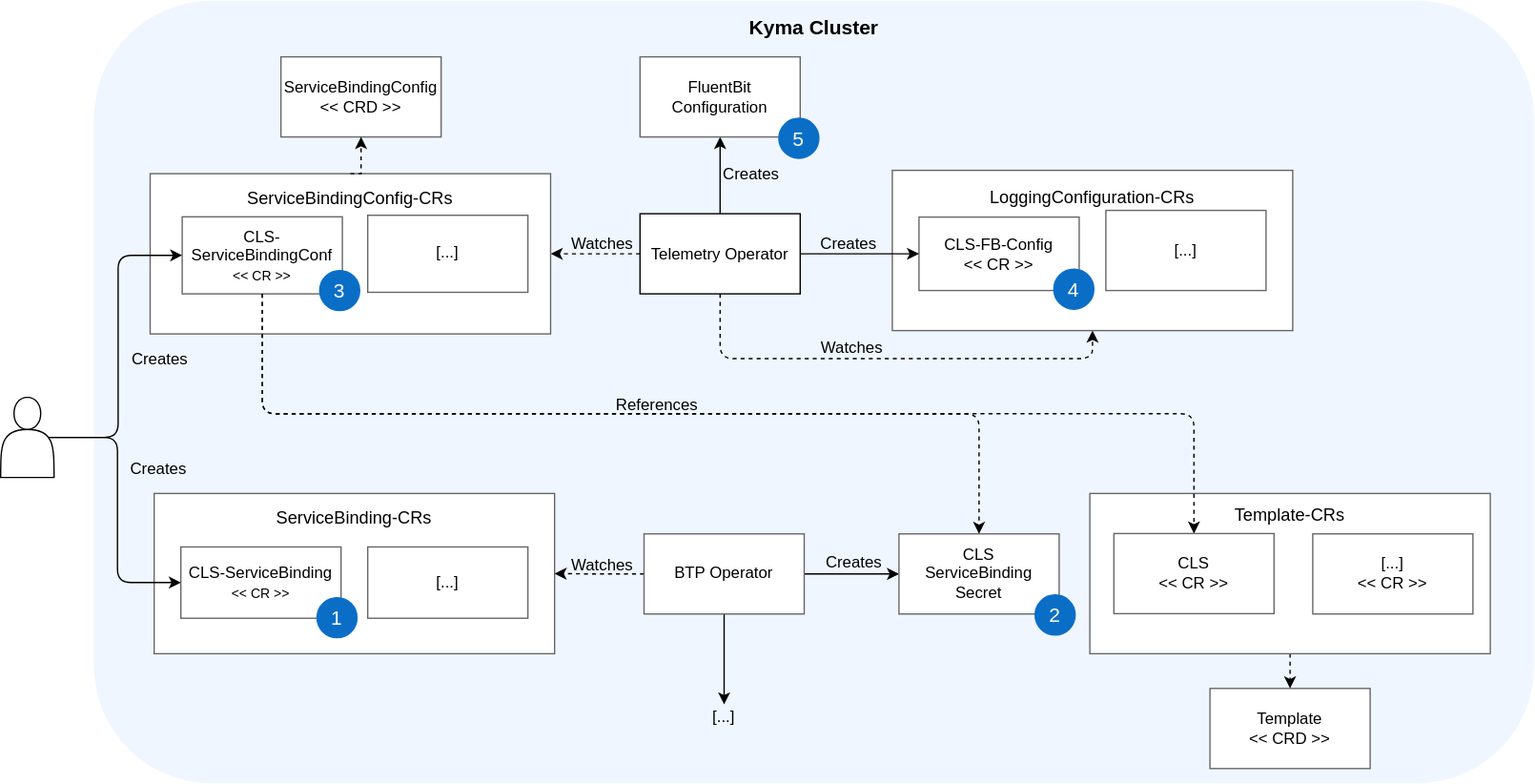
This is internal/proposals/logs/dynamic-backend-configuration/concept-ServiceCatalog-Integration/images/workflow-overview.svg from kyma-project/community, a draw.io export, as it was before one commit. Source tidied: cells renumbered, new cells last; positions are measured from the earlier drawing's top-left corner, leaving out a move shared by most shapes.
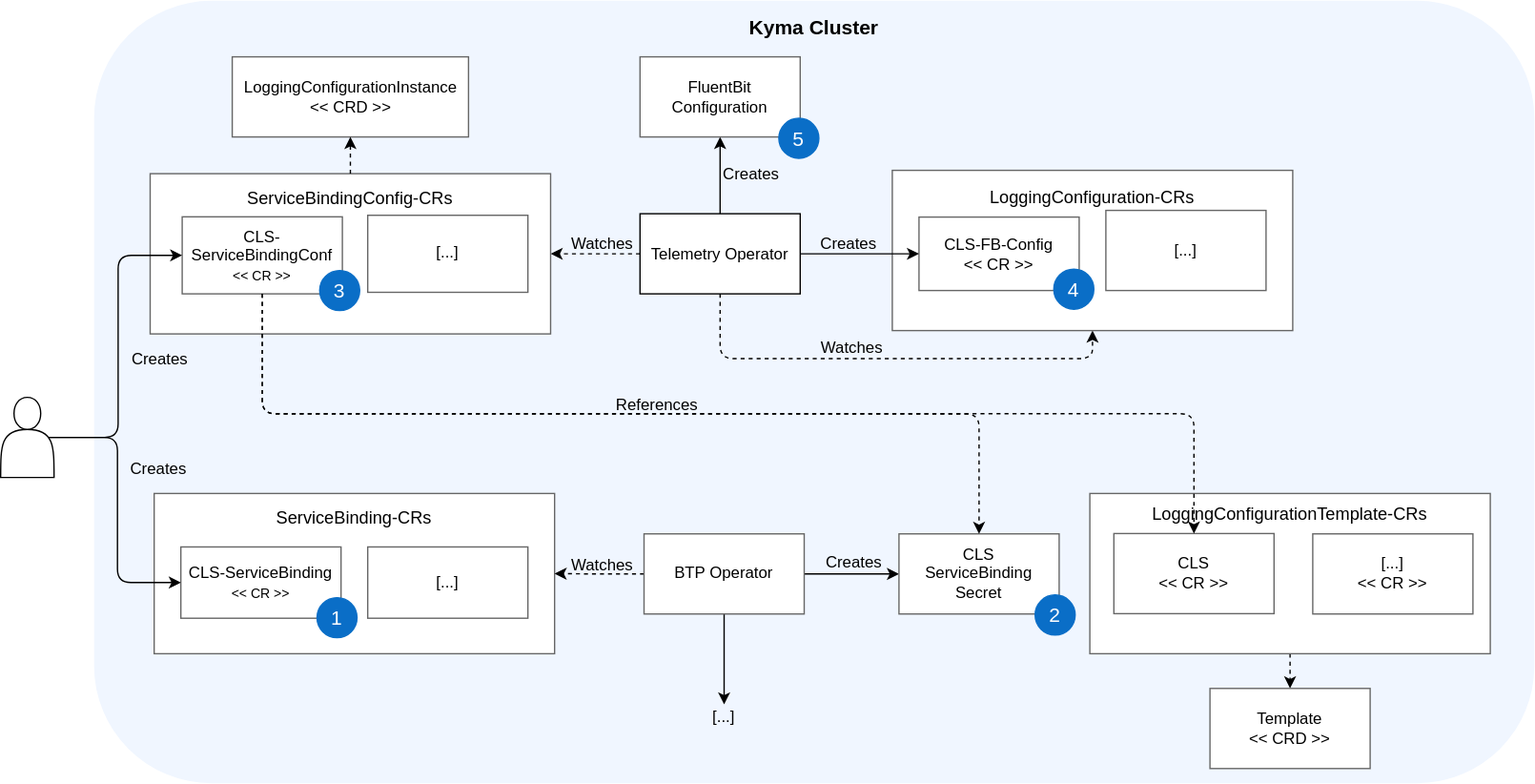
After the commit.

Commit message:
Adaptions regarding review

The edit, as a diff of the source:
```diff
@@ -20,8 +20,8 @@
     <mxCell id="7" value="[...]&lt;br&gt;&amp;lt;&amp;lt; CR &amp;gt;&amp;gt;" style="rounded=0;whiteSpace=wrap;html=1;strokeColor=#666666;" parent="1" vertex="1">
       <mxGeometry x="983" y="399.2" width="120" height="60" as="geometry" />
     </mxCell>
-    <mxCell id="8" value="ServiceBindingConfig&lt;br&gt;&amp;lt;&amp;lt; CRD &amp;gt;&amp;gt;" style="rounded=0;whiteSpace=wrap;html=1;strokeColor=#666666;" parent="1" vertex="1">
-      <mxGeometry x="210" y="42" width="120" height="60" as="geometry" />
+    <mxCell id="8" value="LoggingConfigurationInstance&lt;br&gt;&amp;lt;&amp;lt; CRD &amp;gt;&amp;gt;" style="rounded=0;whiteSpace=wrap;html=1;strokeColor=#666666;" parent="1" vertex="1">
+      <mxGeometry x="173.5" y="42" width="177" height="60" as="geometry" />
     </mxCell>
     <mxCell id="9" style="edgeStyle=orthogonalEdgeStyle;rounded=0;jettySize=auto;html=1;exitX=0;exitY=0.5;exitDx=0;exitDy=0;entryX=1;entryY=0.5;entryDx=0;entryDy=0;dashed=1;" parent="1" edge="1" source="12" target="15">
       <mxGeometry relative="1" as="geometry" />
@@ -173,8 +173,8 @@
     <mxCell id="55" value="References" style="text;html=1;strokeColor=none;fillColor=none;align=center;verticalAlign=middle;whiteSpace=wrap;rounded=0;labelBackgroundColor=none;fontSize=12;" parent="1" vertex="1">
       <mxGeometry x="453" y="293" width="78" height="20" as="geometry" />
     </mxCell>
-    <mxCell id="56" value="&lt;font style=&quot;font-size: 13px&quot;&gt;Template-CRs&lt;/font&gt;" style="text;html=1;strokeColor=none;fillColor=none;align=center;verticalAlign=middle;whiteSpace=wrap;rounded=0;fontSize=13;" parent="1" vertex="1">
-      <mxGeometry x="881" y="376" width="170" height="17.8" as="geometry" />
+    <mxCell id="56" value="&lt;font style=&quot;font-size: 13px&quot;&gt;LoggingConfigurationTemplate-CRs&lt;/font&gt;" style="text;html=1;strokeColor=none;fillColor=none;align=center;verticalAlign=middle;whiteSpace=wrap;rounded=0;fontSize=13;" parent="1" vertex="1">
+      <mxGeometry x="858" y="375" width="216" height="17.8" as="geometry" />
     </mxCell>
     <mxCell id="57" value="Creates" style="edgeLabel;html=1;align=center;verticalAlign=middle;labelBackgroundColor=none;fontSize=12;" parent="1" vertex="1">
       <mxGeometry x="115" y="269.5" as="geometry">
```
